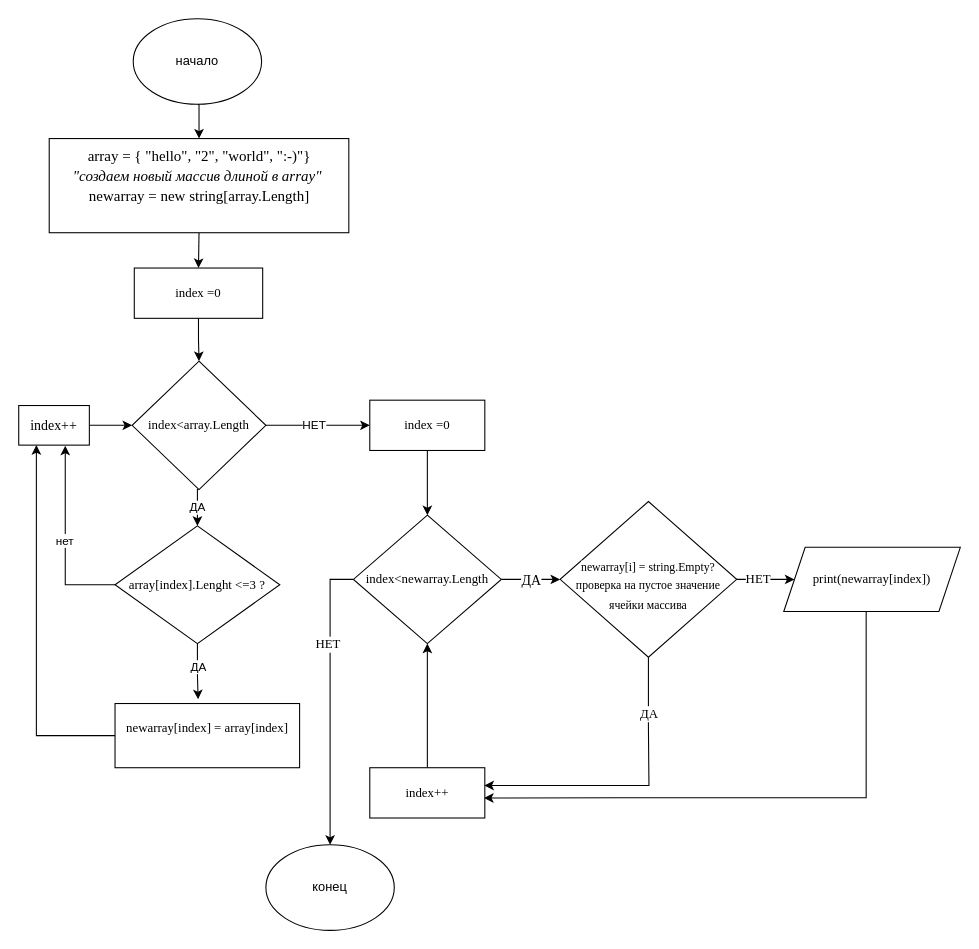
Before: алгоритм/алгоритм.drawio in vit21513/Test_training_-ourse_Developer, a draw.io diagram. Source tidied: cells renumbered, new cells numbered last; positions are measured from the earlier drawing's top-left corner, leaving out a move shared by most shapes. Both pictures are drawn from the tidied source at 107%, with x=0, y=0 at pixel (18, 18).
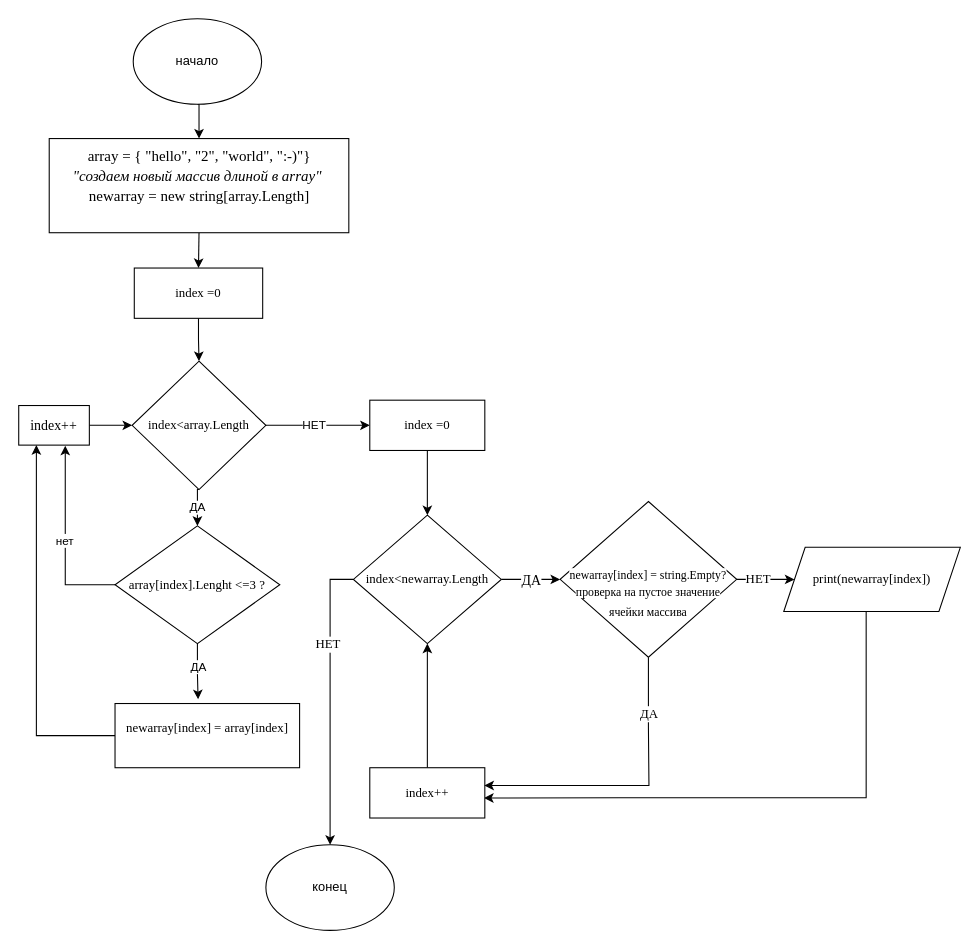
The same diagram, later.

Commit message (it also covers changes not shown here):
add final remark algorim

What changed in the source:
```diff
@@
-    <mxCell id="35" value="&lt;font style=&quot;font-size: 11px;&quot;&gt;&lt;span style=&quot;font-family: &amp;quot;Times New Roman&amp;quot;; background-color: rgb(255, 255, 255);&quot;&gt;&lt;br&gt;newarray[i] = string.Empty?&lt;/span&gt;&lt;br&gt;&lt;/font&gt;&lt;div style=&quot;line-height: 19px; font-size: 11px;&quot;&gt;&lt;span style=&quot;background-color: rgb(255, 255, 255);&quot;&gt;&lt;font style=&quot;font-size: 11px;&quot; face=&quot;Times New Roman&quot;&gt;проверка на пустое значение ячейки массива&lt;/font&gt;&lt;/span&gt;&lt;/div&gt;" style="rhombus;whiteSpace=wrap;html=1;align=center;" parent="1" vertex="1">
+    <mxCell id="35" value="&lt;font style=&quot;font-size: 11px;&quot;&gt;&lt;span style=&quot;font-family: &amp;quot;Times New Roman&amp;quot;; background-color: rgb(255, 255, 255);&quot;&gt;&lt;br&gt;&lt;br&gt;&lt;font style=&quot;font-size: 11px;&quot;&gt;newarray[index] = string.Empty?&lt;/font&gt;&lt;/span&gt;&lt;font style=&quot;font-size: 11px;&quot;&gt;&lt;br&gt;&lt;/font&gt;&lt;/font&gt;&lt;div style=&quot;line-height: 19px; font-size: 11px;&quot;&gt;&lt;span style=&quot;background-color: rgb(255, 255, 255);&quot;&gt;&lt;font style=&quot;font-size: 11px;&quot; face=&quot;Times New Roman&quot;&gt;проверка на пустое значение ячейки массива&lt;/font&gt;&lt;/span&gt;&lt;/div&gt;" style="rhombus;whiteSpace=wrap;html=1;align=center;" parent="1" vertex="1">
       <mxGeometry x="506" y="451.2" width="165" height="145.5" as="geometry" />
     </mxCell>
```
